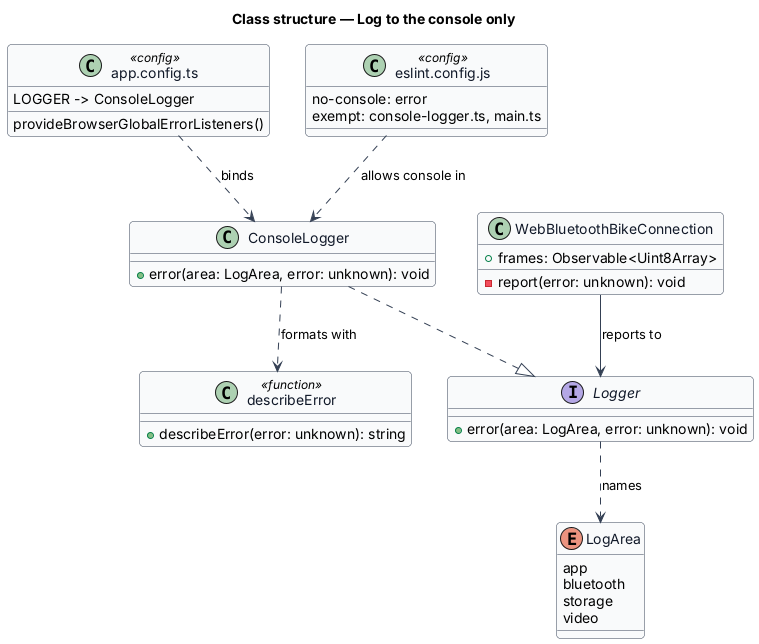
Before: docs/detailed-designs/security/log-to-the-console-only/diagrams/class-structure.png, a diagram exported from PlantUML (QuinntyneBrown/ride-one).
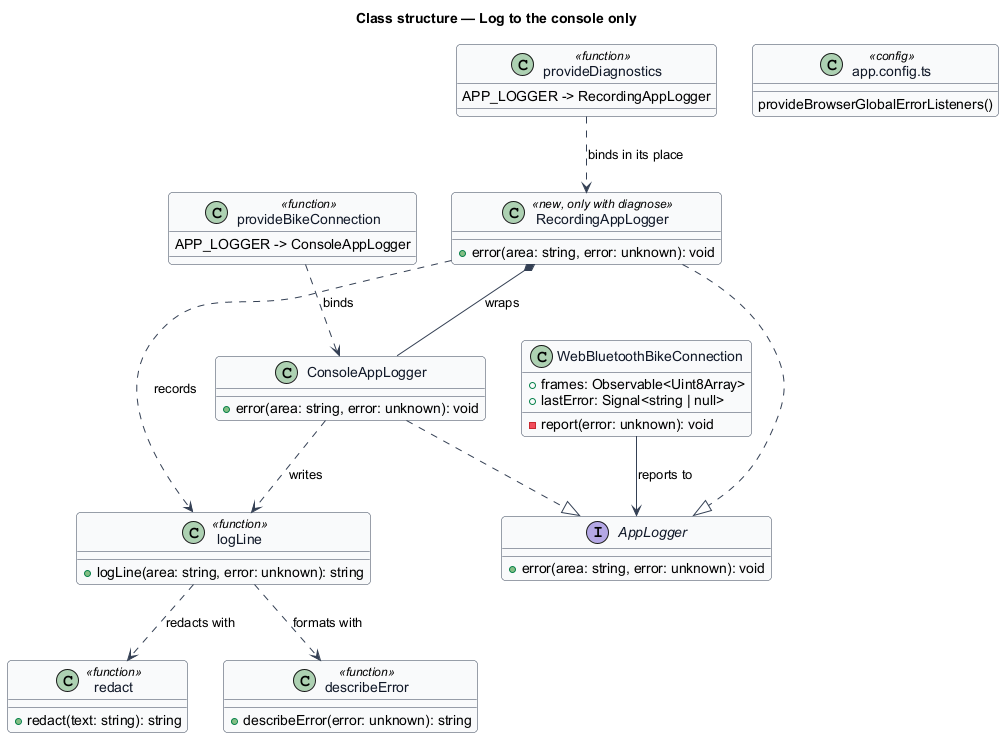
Above is the later version.

Diff of the diagram source:
```diff
@@ -11,19 +11,24 @@
 }
 title Class structure — Log to the console only
 
-interface Logger {
-  +error(area: LogArea, error: unknown): void
+interface AppLogger {
+  +error(area: string, error: unknown): void
 }
 
-enum LogArea {
-  app
-  bluetooth
-  storage
-  video
+class ConsoleAppLogger {
+  +error(area: string, error: unknown): void
 }
 
-class ConsoleLogger {
-  +error(area: LogArea, error: unknown): void
+class RecordingAppLogger <<new, only with diagnose>> {
+  +error(area: string, error: unknown): void
+}
+
+class "redact" as redact <<function>> {
+  +redact(text: string): string
+}
+
+class "logLine" as logLine <<function>> {
+  +logLine(area: string, error: unknown): string
 }
 
 class "describeError" as describeError <<function>> {
@@ -32,23 +37,30 @@
 
 class WebBluetoothBikeConnection {
   +frames: Observable<Uint8Array>
+  +lastError: Signal<string | null>
   -report(error: unknown): void
+}
+
+class "provideBikeConnection" as provide <<function>> {
+  APP_LOGGER -> ConsoleAppLogger
+}
+
+class "provideDiagnostics" as diagnostics <<function>> {
+  APP_LOGGER -> RecordingAppLogger
 }
 
 class "app.config.ts" as appConfig <<config>> {
   provideBrowserGlobalErrorListeners()
-  LOGGER -> ConsoleLogger
 }
 
-class "eslint.config.js" as eslint <<config>> {
-  no-console: error
-  exempt: console-logger.ts, main.ts
-}
-
-ConsoleLogger ..|> Logger
-Logger ..> LogArea : names
-ConsoleLogger ..> describeError : formats with
-WebBluetoothBikeConnection --> Logger : reports to
-appConfig ..> ConsoleLogger : binds
-eslint ..> ConsoleLogger : allows console in
+ConsoleAppLogger ..|> AppLogger
+RecordingAppLogger ..|> AppLogger
+RecordingAppLogger *-- ConsoleAppLogger : wraps
+ConsoleAppLogger ..> logLine : writes
+RecordingAppLogger ..> logLine : records
+logLine ..> describeError : formats with
+logLine ..> redact : redacts with
+WebBluetoothBikeConnection --> AppLogger : reports to
+provide ..> ConsoleAppLogger : binds
+diagnostics ..> RecordingAppLogger : binds in its place
 @enduml
```
